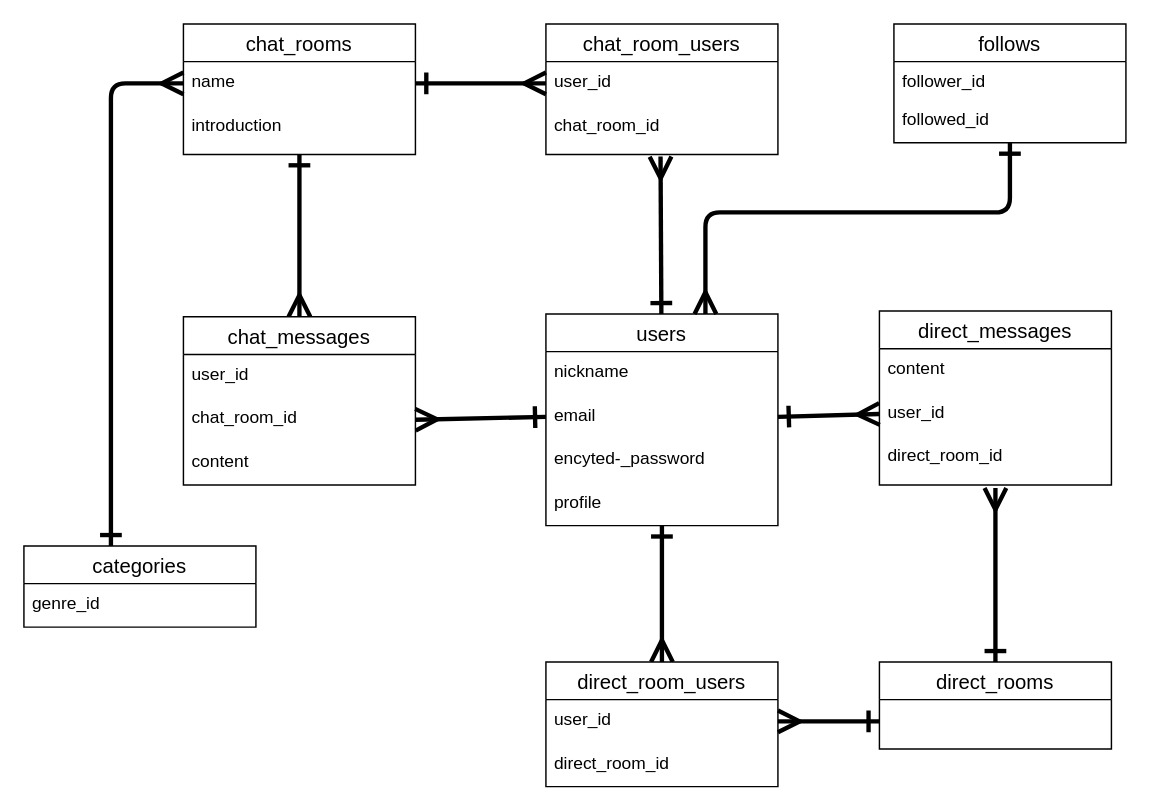
Above: page "ページ1" (1 of 2) of データベース設計.dio in MAXIM-kn/shumitomo-app (draw.io), before the change. Source tidied: cells renumbered, new cells numbered last; positions are measured from the earlier drawing's top-left corner, leaving out a move shared by most shapes. Both pictures are drawn from the tidied source at 145%, with x=0, y=0 at pixel (23, 23).
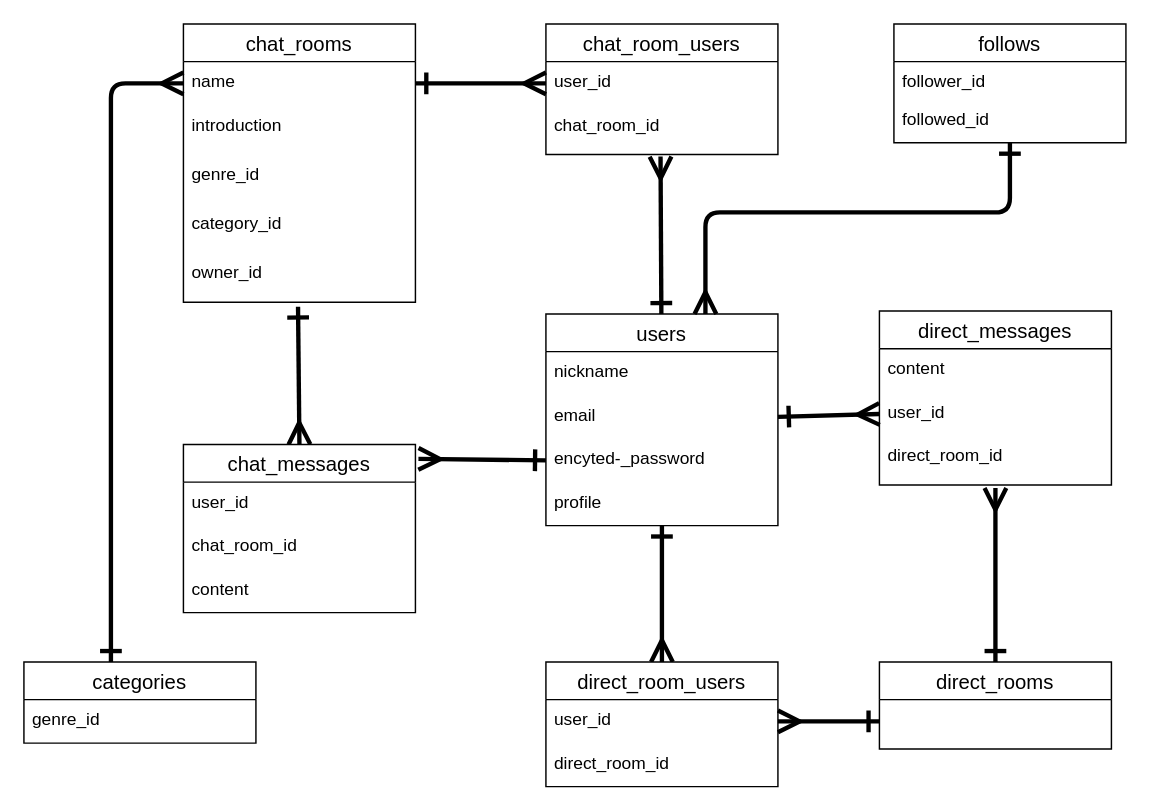
The same page after the edit.

The change refers to these unchanged cells:
```xml
<mxCell id="5" value="email" style="text;strokeColor=none;fillColor=none;spacingLeft=4;spacingRight=4;overflow=hidden;points=[[0,0.5],[1,0.5]];portConstraint=eastwest;fontSize=12;" parent="3" vertex="1">
  <mxGeometry y="56" width="160" height="30" as="geometry" />
</mxCell>
<mxCell id="6" value="encyted-_password" style="text;strokeColor=none;fillColor=none;spacingLeft=4;spacingRight=4;overflow=hidden;points=[[0,0.5],[1,0.5]];portConstraint=eastwest;fontSize=12;" parent="3" vertex="1">
  <mxGeometry y="86" width="160" height="30" as="geometry" />
</mxCell>
<mxCell id="9" value="name" style="text;strokeColor=none;fillColor=none;spacingLeft=4;spacingRight=4;overflow=hidden;points=[[0,0.5],[1,0.5]];portConstraint=eastwest;fontSize=12;" parent="8" vertex="1">
  <mxGeometry y="26" width="160" height="30" as="geometry" />
</mxCell>
<mxCell id="14" value="chat_room_id" style="text;strokeColor=none;fillColor=none;spacingLeft=4;spacingRight=4;overflow=hidden;points=[[0,0.5],[1,0.5]];portConstraint=eastwest;fontSize=12;" parent="12" vertex="1">
  <mxGeometry y="56" width="160" height="30" as="geometry" />
</mxCell>
```

Diff of the diagram source:
```diff
@@
     <mxCell id="8" value="chat_rooms" style="swimlane;fontStyle=0;horizontal=1;startSize=26;align=center;fontSize=14;" parent="1" vertex="1">
-      <mxGeometry x="110" width="160" height="90" as="geometry" />
+      <mxGeometry x="110" width="160" height="192" as="geometry" />
     </mxCell>
@@
+    <mxCell id="40" value="genre_id" style="text;strokeColor=none;fillColor=none;spacingLeft=4;spacingRight=4;overflow=hidden;fontSize=12;" parent="8" vertex="1">
+      <mxGeometry y="90" width="160" height="34" as="geometry" />
+    </mxCell>
+    <mxCell id="41" value="category_id" style="text;strokeColor=none;fillColor=none;spacingLeft=4;spacingRight=4;overflow=hidden;fontSize=12;" parent="8" vertex="1">
+      <mxGeometry y="124" width="160" height="34" as="geometry" />
+    </mxCell>
+    <mxCell id="42" value="owner_id" style="text;strokeColor=none;fillColor=none;spacingLeft=4;spacingRight=4;overflow=hidden;points=[[0,0.5],[1,0.5]];portConstraint=eastwest;fontSize=12;" parent="8" vertex="1">
+      <mxGeometry y="158" width="160" height="34" as="geometry" />
+    </mxCell>
-    <mxCell id="11" style="edgeStyle=none;html=1;exitX=0.5;exitY=0;exitDx=0;exitDy=0;startArrow=ERmany;startFill=0;endArrow=ERone;endFill=0;startSize=11;endSize=11;strokeWidth=3;" parent="1" edge="1" source="12">
-      <mxGeometry relative="1" as="geometry">
-        <mxPoint x="190" y="90" as="targetPoint" />
-        <Array as="points">
-          <mxPoint x="190" y="160" />
-        </Array>
-      </mxGeometry>
+    <mxCell id="11" style="edgeStyle=none;html=1;exitX=0.5;exitY=0;exitDx=0;exitDy=0;startArrow=ERmany;startFill=0;endArrow=ERone;endFill=0;startSize=11;endSize=11;strokeWidth=3;entryX=0.494;entryY=1.088;entryDx=0;entryDy=0;entryPerimeter=0;" parent="1" edge="1" source="12" target="42">
+      <mxGeometry relative="1" as="geometry" />
     </mxCell>
     <mxCell id="12" value="chat_messages" style="swimlane;fontStyle=0;horizontal=1;startSize=26;align=center;fontSize=14;" parent="1" vertex="1">
-      <mxGeometry x="110" y="202" width="160" height="116" as="geometry" />
+      <mxGeometry x="110" y="290" width="160" height="116" as="geometry" />
     </mxCell>
@@
-    <mxCell id="36" style="edgeStyle=none;html=1;exitX=0;exitY=0.5;exitDx=0;exitDy=0;entryX=1;entryY=0.5;entryDx=0;entryDy=0;startArrow=ERone;startFill=0;endArrow=ERmany;endFill=0;startSize=11;endSize=11;strokeWidth=3;" parent="1" edge="1" source="5" target="14">
+    <mxCell id="36" style="edgeStyle=none;html=1;startArrow=ERone;startFill=0;endArrow=ERmany;endFill=0;startSize=11;endSize=11;strokeWidth=3;exitX=0;exitY=0.5;exitDx=0;exitDy=0;exitPerimeter=0;entryX=1.013;entryY=0.086;entryDx=0;entryDy=0;entryPerimeter=0;" parent="1" edge="1" source="6" target="12">
       <mxGeometry relative="1" as="geometry" />
     </mxCell>
     <mxCell id="37" value="categories" style="swimlane;fontStyle=0;horizontal=1;startSize=26;align=center;fontSize=14;" parent="1" vertex="1">
-      <mxGeometry y="360" width="160" height="56" as="geometry" />
+      <mxGeometry y="440" width="160" height="56" as="geometry" />
     </mxCell>
@@
     <mxCell id="39" style="edgeStyle=none;html=1;exitX=0;exitY=0.5;exitDx=0;exitDy=0;startArrow=ERmany;startFill=0;endArrow=ERone;endFill=0;startSize=11;endSize=11;strokeWidth=3;" parent="1" edge="1" source="9">
       <mxGeometry relative="1" as="geometry">
-        <mxPoint x="60" y="360" as="targetPoint" />
+        <mxPoint x="60" y="440" as="targetPoint" />
         <Array as="points">
           <mxPoint x="60" y="41" />
         </Array>
       </mxGeometry>
     </mxCell>
```
